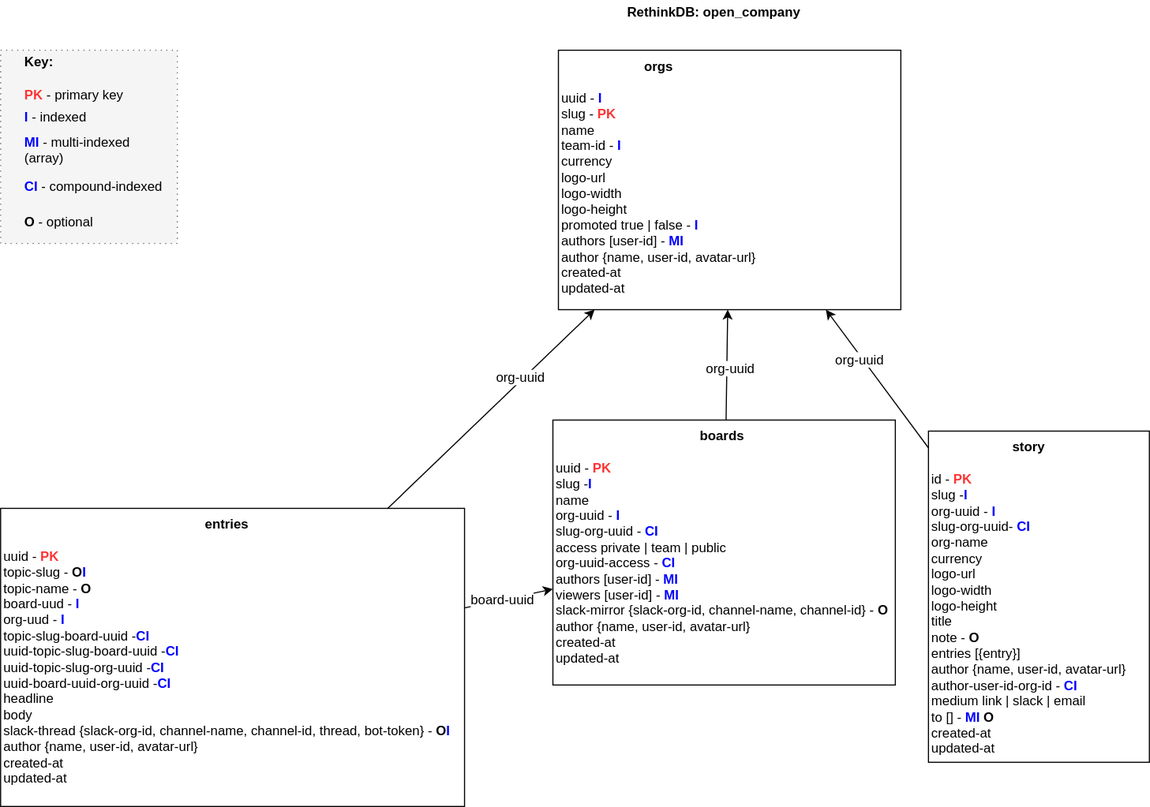
This is docs/Storage-Schema.svg from open-company/open-company-storage, a draw.io export, as it was before one commit. Source tidied: cells renumbered, new cells last; positions are measured from the earlier drawing's top-left corner, leaving out a move shared by most shapes.
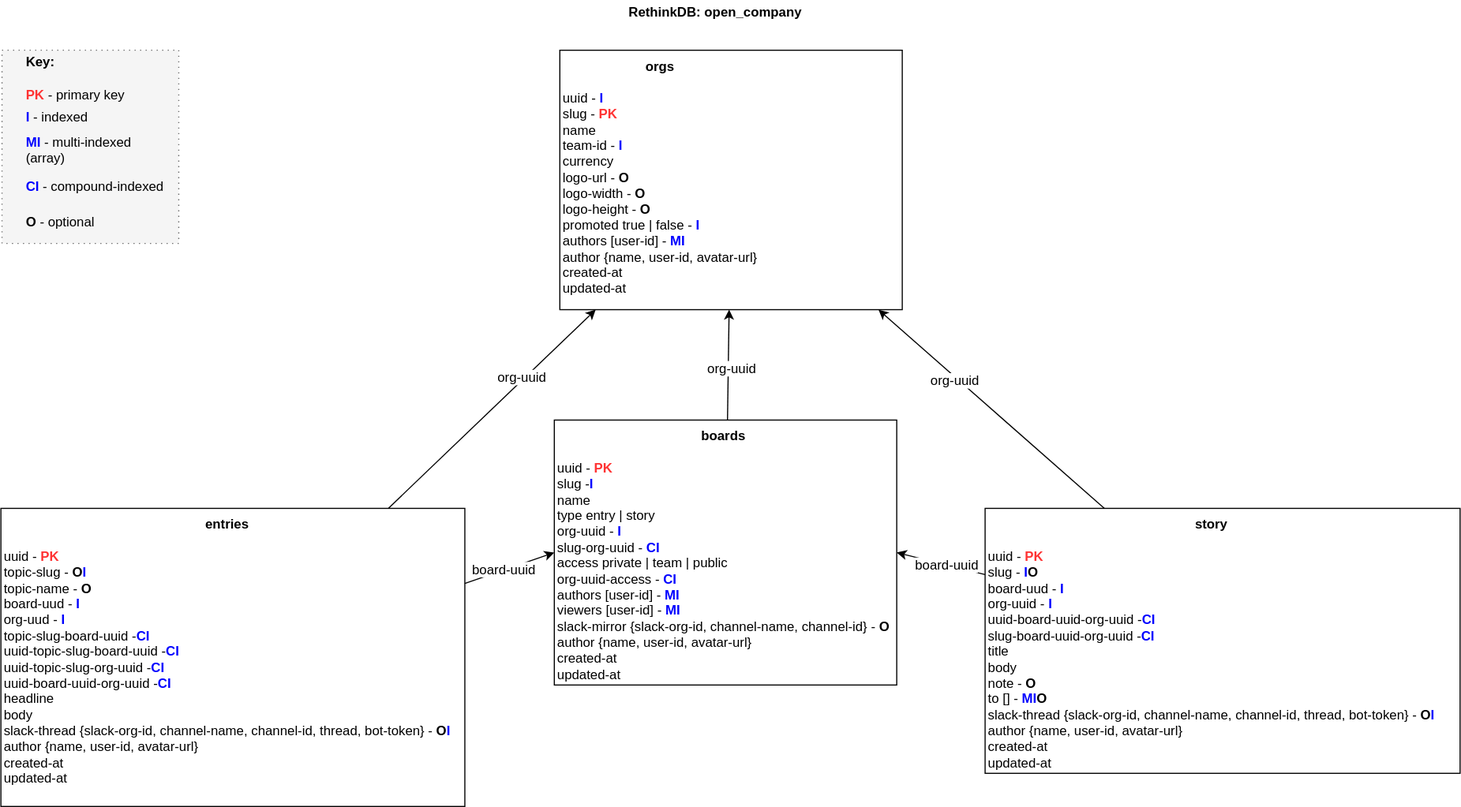
Later version of the same file.

Change to the diagram source:
```diff
@@ -5,10 +5,10 @@
     <mxCell id="2" style="whiteSpace=wrap;html=1;fontSize=12;fontColor=#000000;align=left;fillColor=#f5f5f5;strokeColor=#666666;dashed=1;dashPattern=1 4;" parent="1" vertex="1">
       <mxGeometry y="45" width="160" height="175" as="geometry" />
     </mxCell>
-    <mxCell id="3" value="&lt;div style=&quot;text-align: center&quot;&gt;&lt;font color=&quot;#000000&quot;&gt;&lt;b&gt;orgs&lt;/b&gt;&lt;/font&gt;&lt;/div&gt;&lt;div&gt;&lt;font color=&quot;#000000&quot;&gt;&lt;br&gt;&lt;/font&gt;&lt;/div&gt;&lt;div&gt;uuid - &lt;b&gt;&lt;font color=&quot;#0000ff&quot;&gt;I&lt;/font&gt;&lt;/b&gt;&lt;/div&gt;&lt;div&gt;&lt;font color=&quot;#000000&quot;&gt;slug -&amp;nbsp;&lt;/font&gt;&lt;font color=&quot;#ff3333&quot;&gt;&lt;b&gt;PK&lt;/b&gt;&lt;/font&gt;&lt;/div&gt;&lt;div&gt;&lt;font color=&quot;#000000&quot;&gt;name&lt;/font&gt;&lt;/div&gt;&lt;div&gt;&lt;font color=&quot;#000000&quot;&gt;team-id -&amp;nbsp;&lt;/font&gt;&lt;font color=&quot;#0000ff&quot;&gt;&lt;b&gt;I&lt;/b&gt;&lt;/font&gt;&lt;/div&gt;&lt;div&gt;currency&lt;/div&gt;&lt;div&gt;logo-url&lt;/div&gt;&lt;div&gt;logo-width&lt;/div&gt;&lt;div&gt;logo-height&lt;/div&gt;&lt;div&gt;&lt;div&gt;promoted true | false -&amp;nbsp;&lt;b&gt;&lt;font color=&quot;#0000ff&quot;&gt;I&lt;/font&gt;&lt;/b&gt;&lt;/div&gt;&lt;/div&gt;&lt;div&gt;&lt;span&gt;authors [user-id] - &lt;/span&gt;&lt;b&gt;&lt;font color=&quot;#0000ff&quot;&gt;MI&lt;/font&gt;&lt;/b&gt;&lt;br&gt;&lt;/div&gt;&lt;div&gt;author {name, user-id, avatar-url}&lt;/div&gt;&lt;div&gt;&lt;span&gt;created-at&lt;/span&gt;&lt;br&gt;&lt;/div&gt;&lt;div&gt;&lt;font color=&quot;#000000&quot;&gt;updated-at&lt;/font&gt;&lt;/div&gt;" style="whiteSpace=wrap;html=1;fontSize=12;fontColor=#000000;align=left;verticalAlign=top;" parent="1" vertex="1">
+    <mxCell id="3" value="&lt;div style=&quot;text-align: center&quot;&gt;&lt;font color=&quot;#000000&quot;&gt;&lt;b&gt;orgs&lt;/b&gt;&lt;/font&gt;&lt;/div&gt;&lt;div&gt;&lt;font color=&quot;#000000&quot;&gt;&lt;br&gt;&lt;/font&gt;&lt;/div&gt;&lt;div&gt;uuid - &lt;b&gt;&lt;font color=&quot;#0000ff&quot;&gt;I&lt;/font&gt;&lt;/b&gt;&lt;/div&gt;&lt;div&gt;&lt;font color=&quot;#000000&quot;&gt;slug -&amp;nbsp;&lt;/font&gt;&lt;font color=&quot;#ff3333&quot;&gt;&lt;b&gt;PK&lt;/b&gt;&lt;/font&gt;&lt;/div&gt;&lt;div&gt;&lt;font color=&quot;#000000&quot;&gt;name&lt;/font&gt;&lt;/div&gt;&lt;div&gt;&lt;font color=&quot;#000000&quot;&gt;team-id -&amp;nbsp;&lt;/font&gt;&lt;font color=&quot;#0000ff&quot;&gt;&lt;b&gt;I&lt;/b&gt;&lt;/font&gt;&lt;/div&gt;&lt;div&gt;currency&lt;/div&gt;&lt;div&gt;logo-url - &lt;b&gt;O&lt;/b&gt;&lt;/div&gt;&lt;div&gt;logo-width - &lt;b&gt;O&lt;/b&gt;&lt;/div&gt;&lt;div&gt;logo-height - &lt;b&gt;O&lt;/b&gt;&lt;/div&gt;&lt;div&gt;&lt;div&gt;promoted true | false -&amp;nbsp;&lt;b&gt;&lt;font color=&quot;#0000ff&quot;&gt;I&lt;/font&gt;&lt;/b&gt;&lt;/div&gt;&lt;/div&gt;&lt;div&gt;&lt;span&gt;authors [user-id] - &lt;/span&gt;&lt;b&gt;&lt;font color=&quot;#0000ff&quot;&gt;MI&lt;/font&gt;&lt;/b&gt;&lt;br&gt;&lt;/div&gt;&lt;div&gt;author {name, user-id, avatar-url}&lt;/div&gt;&lt;div&gt;&lt;span&gt;created-at&lt;/span&gt;&lt;br&gt;&lt;/div&gt;&lt;div&gt;&lt;font color=&quot;#000000&quot;&gt;updated-at&lt;/font&gt;&lt;/div&gt;" style="whiteSpace=wrap;html=1;fontSize=12;fontColor=#000000;align=left;verticalAlign=top;" parent="1" vertex="1">
       <mxGeometry x="505" y="45" width="310" height="235" as="geometry" />
     </mxCell>
-    <mxCell id="4" value="&lt;div style=&quot;text-align: center&quot;&gt;&lt;div style=&quot;text-align: center&quot;&gt;&lt;div&gt;&lt;font color=&quot;#000000&quot;&gt;&lt;b&gt;boards&lt;/b&gt;&lt;/font&gt;&lt;/div&gt;&lt;div&gt;&lt;font color=&quot;#000000&quot;&gt;&lt;br&gt;&lt;/font&gt;&lt;/div&gt;&lt;div style=&quot;text-align: left&quot;&gt;&lt;font color=&quot;#000000&quot;&gt;uuid -&amp;nbsp;&lt;/font&gt;&lt;font color=&quot;#ff3333&quot;&gt;&lt;b&gt;PK&lt;/b&gt;&lt;/font&gt;&lt;br&gt;&lt;/div&gt;&lt;div style=&quot;text-align: left&quot;&gt;slug -&lt;b&gt;&lt;font color=&quot;#0000ff&quot;&gt;I&lt;/font&gt;&lt;/b&gt;&lt;/div&gt;&lt;div style=&quot;text-align: left&quot;&gt;&lt;font color=&quot;#000000&quot;&gt;name&lt;/font&gt;&lt;/div&gt;&lt;div style=&quot;text-align: left&quot;&gt;&lt;font color=&quot;#000000&quot;&gt;org-uuid -&amp;nbsp;&lt;/font&gt;&lt;font color=&quot;#0000ff&quot;&gt;&lt;b&gt;I&lt;/b&gt;&lt;/font&gt;&lt;/div&gt;&lt;div style=&quot;text-align: left&quot;&gt;slug-org-uuid -&lt;b&gt;&amp;nbsp;&lt;font color=&quot;#0000ff&quot;&gt;CI&lt;/font&gt;&lt;/b&gt;&lt;/div&gt;&lt;div style=&quot;text-align: left&quot;&gt;access private | team | public&lt;/div&gt;&lt;div style=&quot;text-align: left&quot;&gt;org-uuid-access -&amp;nbsp;&lt;b&gt;&lt;font color=&quot;#0000ff&quot;&gt;CI&lt;/font&gt;&lt;/b&gt;&lt;/div&gt;&lt;div style=&quot;text-align: left&quot;&gt;&lt;span&gt;authors&amp;nbsp;&lt;/span&gt;&lt;span&gt;[user-id] -&amp;nbsp;&lt;/span&gt;&lt;b&gt;&lt;font color=&quot;#0000ff&quot;&gt;MI&lt;/font&gt;&lt;/b&gt;&lt;br&gt;&lt;/div&gt;&lt;div style=&quot;text-align: left&quot;&gt;viewers [user-id] -&amp;nbsp;&lt;b&gt;&lt;font color=&quot;#0000ff&quot;&gt;MI&lt;/font&gt;&lt;/b&gt;&lt;/div&gt;&lt;div style=&quot;text-align: left&quot;&gt;&lt;div&gt;slack-mirror {slack-org-id, channel-name, channel-id} -&amp;nbsp;&lt;b&gt;O&lt;/b&gt;&lt;/div&gt;&lt;/div&gt;&lt;div style=&quot;text-align: left&quot;&gt;&lt;span&gt;author {name, user-id, avatar-url}&lt;/span&gt;&lt;br&gt;&lt;/div&gt;&lt;div style=&quot;text-align: left&quot;&gt;created-at&lt;br&gt;&lt;/div&gt;&lt;div style=&quot;text-align: left&quot;&gt;&lt;font color=&quot;#000000&quot;&gt;updated-at&lt;/font&gt;&lt;/div&gt;&lt;/div&gt;&lt;/div&gt;" style="whiteSpace=wrap;html=1;fontSize=12;fontColor=#000000;align=left;verticalAlign=top;" parent="1" vertex="1">
+    <mxCell id="4" value="&lt;div style=&quot;text-align: center&quot;&gt;&lt;div style=&quot;text-align: center&quot;&gt;&lt;div&gt;&lt;font color=&quot;#000000&quot;&gt;&lt;b&gt;boards&lt;/b&gt;&lt;/font&gt;&lt;/div&gt;&lt;div&gt;&lt;font color=&quot;#000000&quot;&gt;&lt;br&gt;&lt;/font&gt;&lt;/div&gt;&lt;div style=&quot;text-align: left&quot;&gt;&lt;font color=&quot;#000000&quot;&gt;uuid -&amp;nbsp;&lt;/font&gt;&lt;font color=&quot;#ff3333&quot;&gt;&lt;b&gt;PK&lt;/b&gt;&lt;/font&gt;&lt;br&gt;&lt;/div&gt;&lt;div style=&quot;text-align: left&quot;&gt;slug -&lt;b&gt;&lt;font color=&quot;#0000ff&quot;&gt;I&lt;/font&gt;&lt;/b&gt;&lt;/div&gt;&lt;div style=&quot;text-align: left&quot;&gt;&lt;font color=&quot;#000000&quot;&gt;name&lt;/font&gt;&lt;/div&gt;&lt;div style=&quot;text-align: left&quot;&gt;&lt;font color=&quot;#000000&quot;&gt;type entry | story&lt;/font&gt;&lt;/div&gt;&lt;div style=&quot;text-align: left&quot;&gt;&lt;font color=&quot;#000000&quot;&gt;org-uuid -&amp;nbsp;&lt;/font&gt;&lt;font color=&quot;#0000ff&quot;&gt;&lt;b&gt;I&lt;/b&gt;&lt;/font&gt;&lt;/div&gt;&lt;div style=&quot;text-align: left&quot;&gt;slug-org-uuid -&lt;b&gt;&amp;nbsp;&lt;font color=&quot;#0000ff&quot;&gt;CI&lt;/font&gt;&lt;/b&gt;&lt;/div&gt;&lt;div style=&quot;text-align: left&quot;&gt;access private | team | public&lt;/div&gt;&lt;div style=&quot;text-align: left&quot;&gt;org-uuid-access -&amp;nbsp;&lt;b&gt;&lt;font color=&quot;#0000ff&quot;&gt;CI&lt;/font&gt;&lt;/b&gt;&lt;/div&gt;&lt;div style=&quot;text-align: left&quot;&gt;&lt;span&gt;authors&amp;nbsp;&lt;/span&gt;&lt;span&gt;[user-id] -&amp;nbsp;&lt;/span&gt;&lt;b&gt;&lt;font color=&quot;#0000ff&quot;&gt;MI&lt;/font&gt;&lt;/b&gt;&lt;br&gt;&lt;/div&gt;&lt;div style=&quot;text-align: left&quot;&gt;viewers [user-id] -&amp;nbsp;&lt;b&gt;&lt;font color=&quot;#0000ff&quot;&gt;MI&lt;/font&gt;&lt;/b&gt;&lt;/div&gt;&lt;div style=&quot;text-align: left&quot;&gt;&lt;div&gt;slack-mirror {slack-org-id, channel-name, channel-id} -&amp;nbsp;&lt;b&gt;O&lt;/b&gt;&lt;/div&gt;&lt;/div&gt;&lt;div style=&quot;text-align: left&quot;&gt;&lt;span&gt;author {name, user-id, avatar-url}&lt;/span&gt;&lt;br&gt;&lt;/div&gt;&lt;div style=&quot;text-align: left&quot;&gt;created-at&lt;br&gt;&lt;/div&gt;&lt;div style=&quot;text-align: left&quot;&gt;&lt;font color=&quot;#000000&quot;&gt;updated-at&lt;/font&gt;&lt;/div&gt;&lt;/div&gt;&lt;/div&gt;" style="whiteSpace=wrap;html=1;fontSize=12;fontColor=#000000;align=left;verticalAlign=top;" parent="1" vertex="1">
       <mxGeometry x="500" y="380" width="310" height="240" as="geometry" />
     </mxCell>
     <mxCell id="5" style="endArrow=classic;html=1;strokeColor=#000000;fontSize=12;fontColor=#000000;" parent="1" edge="1" source="4" target="3">
@@ -17,8 +17,8 @@
     <mxCell id="6" value="org-uuid" style="text;html=1;align=center;verticalAlign=middle;labelBackgroundColor=#ffffff;fontSize=12;fontColor=#000000;" parent="5" vertex="1">
       <mxGeometry x="-0.04" y="-3" relative="1" as="geometry" />
     </mxCell>
-    <mxCell id="7" value="&lt;div style=&quot;text-align: center&quot;&gt;&lt;div&gt;&lt;font color=&quot;#000000&quot;&gt;&lt;b&gt;story&lt;/b&gt;&lt;/font&gt;&lt;/div&gt;&lt;div&gt;&lt;font color=&quot;#000000&quot;&gt;&lt;br&gt;&lt;/font&gt;&lt;/div&gt;&lt;div style=&quot;text-align: left&quot;&gt;&lt;font color=&quot;#000000&quot;&gt;id -&amp;nbsp;&lt;/font&gt;&lt;font color=&quot;#ff3333&quot;&gt;&lt;b&gt;PK&lt;/b&gt;&lt;/font&gt;&lt;br&gt;&lt;/div&gt;&lt;div style=&quot;text-align: left&quot;&gt;slug -&lt;b&gt;&lt;font color=&quot;#0000ff&quot;&gt;I&lt;/font&gt;&lt;/b&gt;&lt;/div&gt;&lt;div style=&quot;text-align: left&quot;&gt;&lt;span&gt;org-uuid&lt;/span&gt;&lt;font color=&quot;#000000&quot;&gt;&amp;nbsp;-&amp;nbsp;&lt;/font&gt;&lt;font color=&quot;#0000ff&quot;&gt;&lt;b&gt;I&lt;/b&gt;&lt;/font&gt;&lt;br&gt;&lt;/div&gt;&lt;div style=&quot;text-align: left&quot;&gt;&lt;span&gt;slug-org-uuid&lt;/span&gt;&lt;font color=&quot;#000000&quot;&gt;-&amp;nbsp;&lt;/font&gt;&lt;font color=&quot;#0000ff&quot;&gt;&lt;b&gt;CI&lt;/b&gt;&lt;/font&gt;&lt;/div&gt;&lt;div style=&quot;text-align: left&quot;&gt;org-name&lt;/div&gt;&lt;div style=&quot;text-align: left&quot;&gt;currency&lt;/div&gt;&lt;div style=&quot;text-align: left&quot;&gt;logo-url&lt;/div&gt;&lt;div style=&quot;text-align: left&quot;&gt;logo-width&lt;/div&gt;&lt;div style=&quot;text-align: left&quot;&gt;logo-height&lt;/div&gt;&lt;div style=&quot;text-align: left&quot;&gt;title&lt;/div&gt;&lt;div style=&quot;text-align: left&quot;&gt;note&amp;nbsp;&lt;font color=&quot;#000000&quot;&gt;-&amp;nbsp;&lt;/font&gt;&lt;b&gt;O&lt;/b&gt;&lt;/div&gt;&lt;div style=&quot;text-align: left&quot;&gt;entries [{entry}]&lt;/div&gt;&lt;div style=&quot;text-align: left&quot;&gt;&lt;span&gt;author {name, user-id, avatar-url}&lt;/span&gt;&lt;br&gt;&lt;/div&gt;&lt;div style=&quot;text-align: left&quot;&gt;author-user-id-org-id - &lt;b&gt;&lt;font color=&quot;#0000ff&quot;&gt;CI&lt;/font&gt;&lt;/b&gt;&lt;/div&gt;&lt;div style=&quot;text-align: left&quot;&gt;medium link | slack | email&lt;/div&gt;&lt;div style=&quot;text-align: left&quot;&gt;to []&amp;nbsp;&lt;font color=&quot;#000000&quot;&gt;-&amp;nbsp;&lt;/font&gt;&lt;b&gt;&lt;font color=&quot;#0000ff&quot;&gt;MI &lt;/font&gt;O&lt;/b&gt;&lt;/div&gt;&lt;div style=&quot;text-align: left&quot;&gt;&lt;span&gt;created-at&lt;/span&gt;&lt;br&gt;&lt;/div&gt;&lt;div style=&quot;text-align: left&quot;&gt;&lt;font color=&quot;#000000&quot;&gt;updated-at&lt;/font&gt;&lt;/div&gt;&lt;/div&gt;" style="whiteSpace=wrap;html=1;fontSize=12;fontColor=#000000;align=left;verticalAlign=top;" parent="1" vertex="1">
-      <mxGeometry x="840" y="390" width="200" height="300" as="geometry" />
+    <mxCell id="7" value="&lt;div style=&quot;text-align: center&quot;&gt;&lt;div&gt;&lt;font color=&quot;#000000&quot;&gt;&lt;b&gt;story&lt;/b&gt;&lt;/font&gt;&lt;/div&gt;&lt;div&gt;&lt;font color=&quot;#000000&quot;&gt;&lt;br&gt;&lt;/font&gt;&lt;/div&gt;&lt;div style=&quot;text-align: left&quot;&gt;&lt;font color=&quot;#000000&quot;&gt;uuid -&amp;nbsp;&lt;/font&gt;&lt;font color=&quot;#ff3333&quot;&gt;&lt;b&gt;PK&lt;/b&gt;&lt;/font&gt;&lt;br&gt;&lt;/div&gt;&lt;div style=&quot;text-align: left&quot;&gt;slug -&amp;nbsp;&lt;b&gt;&lt;font color=&quot;#0000ff&quot;&gt;I&lt;/font&gt;O&lt;/b&gt;&lt;/div&gt;&lt;div style=&quot;text-align: left&quot;&gt;&lt;span&gt;board-uud -&amp;nbsp;&lt;/span&gt;&lt;b&gt;&lt;font color=&quot;#0000ff&quot;&gt;I&lt;/font&gt;&lt;/b&gt;&lt;br&gt;&lt;/div&gt;&lt;div style=&quot;text-align: left&quot;&gt;&lt;span&gt;org-uuid&lt;/span&gt;&lt;font color=&quot;#000000&quot;&gt;&amp;nbsp;-&amp;nbsp;&lt;/font&gt;&lt;font color=&quot;#0000ff&quot;&gt;&lt;b&gt;I&lt;/b&gt;&lt;/font&gt;&lt;br&gt;&lt;/div&gt;&lt;div style=&quot;text-align: left&quot;&gt;uuid-board-uuid-org-uuid -&lt;font color=&quot;#0000ff&quot;&gt;&lt;b&gt;CI&lt;/b&gt;&lt;/font&gt;&lt;span&gt;&lt;br&gt;&lt;/span&gt;&lt;/div&gt;&lt;div style=&quot;text-align: left&quot;&gt;slug-board-uuid-org-uuid -&lt;font color=&quot;#0000ff&quot;&gt;&lt;b&gt;CI&lt;/b&gt;&lt;/font&gt;&lt;font color=&quot;#0000ff&quot;&gt;&lt;b&gt;&lt;br&gt;&lt;/b&gt;&lt;/font&gt;&lt;/div&gt;&lt;div style=&quot;text-align: left&quot;&gt;&lt;span&gt;title&lt;/span&gt;&lt;br&gt;&lt;/div&gt;&lt;div style=&quot;text-align: left&quot;&gt;body&lt;/div&gt;&lt;div style=&quot;text-align: left&quot;&gt;note&amp;nbsp;&lt;font color=&quot;#000000&quot;&gt;-&amp;nbsp;&lt;/font&gt;&lt;b&gt;O&lt;/b&gt;&lt;/div&gt;&lt;div style=&quot;text-align: left&quot;&gt;&lt;span&gt;to []&amp;nbsp;&lt;/span&gt;&lt;font color=&quot;#000000&quot;&gt;-&amp;nbsp;&lt;/font&gt;&lt;b&gt;&lt;font color=&quot;#0000ff&quot;&gt;MI&lt;/font&gt;O&lt;/b&gt;&lt;br&gt;&lt;/div&gt;&lt;div style=&quot;text-align: left&quot;&gt;&lt;div&gt;slack-thread {slack-org-id, channel-name, channel-id, thread, bot-token} - &lt;b&gt;O&lt;font color=&quot;#0000ff&quot;&gt;I&lt;/font&gt;&lt;/b&gt;&lt;/div&gt;&lt;/div&gt;&lt;div style=&quot;text-align: left&quot;&gt;&lt;span&gt;author {name, user-id, avatar-url}&lt;/span&gt;&lt;br&gt;&lt;/div&gt;&lt;div style=&quot;text-align: left&quot;&gt;&lt;span&gt;created-at&lt;/span&gt;&lt;br&gt;&lt;/div&gt;&lt;div style=&quot;text-align: left&quot;&gt;&lt;font color=&quot;#000000&quot;&gt;updated-at&lt;/font&gt;&lt;/div&gt;&lt;/div&gt;" style="whiteSpace=wrap;html=1;fontSize=12;fontColor=#000000;align=left;verticalAlign=top;" parent="1" vertex="1">
+      <mxGeometry x="890" y="460" width="430" height="240" as="geometry" />
     </mxCell>
     <mxCell id="8" value="&lt;b&gt;Key:&lt;/b&gt;" style="text;html=1;strokeColor=none;fillColor=none;align=left;verticalAlign=middle;whiteSpace=wrap;" parent="1" vertex="1">
       <mxGeometry x="20" y="45" width="40" height="20" as="geometry" />
@@ -42,12 +42,12 @@
       <mxGeometry x="520" width="250" height="20" as="geometry" />
     </mxCell>
     <mxCell id="15" value="&lt;div style=&quot;text-align: center&quot;&gt;&lt;font color=&quot;#000000&quot;&gt;&lt;b&gt;entries&lt;/b&gt;&lt;/font&gt;&lt;/div&gt;&lt;div&gt;&lt;br&gt;&lt;/div&gt;&lt;div&gt;&lt;font color=&quot;#000000&quot;&gt;uuid -&amp;nbsp;&lt;/font&gt;&lt;font color=&quot;#ff3333&quot;&gt;&lt;b&gt;PK&lt;/b&gt;&lt;/font&gt;&lt;/div&gt;&lt;div&gt;topic-slug - &lt;b&gt;O&lt;/b&gt;&lt;b&gt;&lt;font color=&quot;#0000ff&quot;&gt;I&lt;/font&gt;&lt;/b&gt;&lt;/div&gt;&lt;div&gt;topic-name - &lt;b&gt;O&lt;font color=&quot;#0000ff&quot;&gt;&lt;br&gt;&lt;/font&gt;&lt;/b&gt;&lt;/div&gt;&lt;div&gt;&lt;font color=&quot;#000000&quot;&gt;board-uud -&amp;nbsp;&lt;/font&gt;&lt;font color=&quot;#0000ff&quot;&gt;&lt;b&gt;I&lt;/b&gt;&lt;/font&gt;&lt;/div&gt;&lt;div&gt;&lt;font color=&quot;#000000&quot;&gt;org-uud -&amp;nbsp;&lt;/font&gt;&lt;font color=&quot;#0000ff&quot;&gt;&lt;b&gt;I&lt;/b&gt;&lt;/font&gt;&lt;br&gt;&lt;/div&gt;&lt;div&gt;topic-slug-board-uuid&amp;nbsp;&lt;font color=&quot;#000000&quot;&gt;-&lt;/font&gt;&lt;font color=&quot;#0000ff&quot;&gt;&lt;b&gt;CI&lt;/b&gt;&lt;/font&gt;&lt;/div&gt;&lt;div&gt;&lt;div&gt;&lt;div&gt;uuid-topic-slug-board-uuid&amp;nbsp;&lt;font color=&quot;#000000&quot;&gt;-&lt;/font&gt;&lt;font color=&quot;#0000ff&quot;&gt;&lt;b&gt;CI&lt;/b&gt;&lt;/font&gt;&lt;/div&gt;&lt;div&gt;uuid-topic-slug-org-uuid&amp;nbsp;&lt;font color=&quot;#000000&quot;&gt;-&lt;/font&gt;&lt;font color=&quot;#0000ff&quot;&gt;&lt;b&gt;CI&lt;/b&gt;&lt;/font&gt;&lt;/div&gt;&lt;/div&gt;&lt;/div&gt;&lt;div&gt;&lt;div&gt;uuid-board-uuid-org-uuid&amp;nbsp;&lt;font color=&quot;#000000&quot;&gt;-&lt;/font&gt;&lt;font color=&quot;#0000ff&quot;&gt;&lt;b&gt;CI&lt;/b&gt;&lt;/font&gt;&lt;/div&gt;&lt;/div&gt;&lt;div&gt;&lt;span&gt;headline&lt;/span&gt;&lt;br&gt;&lt;/div&gt;&lt;div&gt;&lt;span&gt;body&lt;/span&gt;&lt;/div&gt;&lt;div&gt;&lt;div&gt;slack-thread {slack-org-id, channel-name, channel-id, thread, bot-token} -&amp;nbsp;&lt;b&gt;O&lt;font color=&quot;#0000ff&quot;&gt;I&lt;/font&gt;&lt;/b&gt;&lt;/div&gt;&lt;/div&gt;&lt;div&gt;&lt;span&gt;author {name, user-id, avatar-url}&lt;/span&gt;&lt;br&gt;&lt;/div&gt;&lt;div&gt;&lt;span&gt;created-at&lt;/span&gt;&lt;br&gt;&lt;/div&gt;&lt;div&gt;&lt;font color=&quot;#000000&quot;&gt;updated-at&lt;/font&gt;&lt;/div&gt;" style="whiteSpace=wrap;html=1;fontSize=12;fontColor=#000000;align=left;verticalAlign=top;" parent="1" vertex="1">
-      <mxGeometry y="460" width="420" height="270" as="geometry" />
+      <mxGeometry x="-1" y="460" width="420" height="270" as="geometry" />
     </mxCell>
     <mxCell id="16" style="edgeStyle=orthogonalEdgeStyle;rounded=0;html=1;exitX=1;exitY=0.5;entryX=1;entryY=0.5;endArrow=none;endFill=0;jettySize=auto;orthogonalLoop=1;strokeColor=#000000;fontSize=12;fontColor=#000000;" parent="1" edge="1" source="3" target="3">
       <mxGeometry relative="1" as="geometry" />
     </mxCell>
-    <mxCell id="17" style="endArrow=classic;html=1;strokeColor=#000000;fontSize=12;fontColor=#000000;" parent="1" edge="1" source="7" target="3">
+    <mxCell id="17" style="endArrow=classic;html=1;strokeColor=#000000;fontSize=12;fontColor=#000000;exitX=0.25;exitY=0;" parent="1" edge="1" source="7" target="3">
       <mxGeometry relative="1" as="geometry" />
     </mxCell>
     <mxCell id="18" value="org-uuid" style="text;html=1;align=center;verticalAlign=middle;labelBackgroundColor=#ffffff;fontSize=12;fontColor=#000000;" parent="17" vertex="1">
@@ -59,7 +59,7 @@
     <mxCell id="20" value="org-uuid" style="text;html=1;align=center;verticalAlign=middle;labelBackgroundColor=#ffffff;fontSize=12;fontColor=#000000;" parent="19" vertex="1">
       <mxGeometry x="0.31" y="3" relative="1" as="geometry" />
     </mxCell>
-    <mxCell id="21" style="endArrow=classic;html=1;strokeColor=#000000;fontSize=12;fontColor=#000000;" parent="1" edge="1" source="15" target="4">
+    <mxCell id="21" style="endArrow=classic;html=1;strokeColor=#000000;fontSize=12;fontColor=#000000;entryX=0;entryY=0.5;exitX=1;exitY=0.25;" parent="1" edge="1" source="15" target="4">
       <mxGeometry relative="1" as="geometry" />
     </mxCell>
     <mxCell id="22" value="board-uuid" style="text;html=1;align=center;verticalAlign=middle;labelBackgroundColor=#ffffff;fontSize=12;fontColor=#000000;" parent="21" vertex="1">
@@ -70,5 +70,13 @@
     <mxCell id="23" value="&lt;b&gt;&lt;font color=&quot;#0000ff&quot;&gt;CI&lt;/font&gt;&lt;/b&gt;&amp;nbsp;- compound-indexed" style="text;html=1;fontSize=12;fontColor=#000000;" parent="1" vertex="1">
       <mxGeometry x="20" y="155" width="160" height="30" as="geometry" />
     </mxCell>
+    <mxCell id="24" style="endArrow=classic;html=1;strokeColor=#000000;fontSize=12;fontColor=#000000;entryX=1;entryY=0.5;exitX=0;exitY=0.25;" parent="1" edge="1" source="7" target="4">
+      <mxGeometry relative="1" as="geometry" />
+    </mxCell>
+    <mxCell id="25" value="board-uuid" style="text;html=1;align=center;verticalAlign=middle;labelBackgroundColor=#ffffff;fontSize=12;fontColor=#000000;" parent="24" vertex="1">
+      <mxGeometry x="-0.14" relative="1" as="geometry">
+        <mxPoint y="-1" as="offset" />
+      </mxGeometry>
+    </mxCell>
   </root>
 </mxGraphModel>
```
